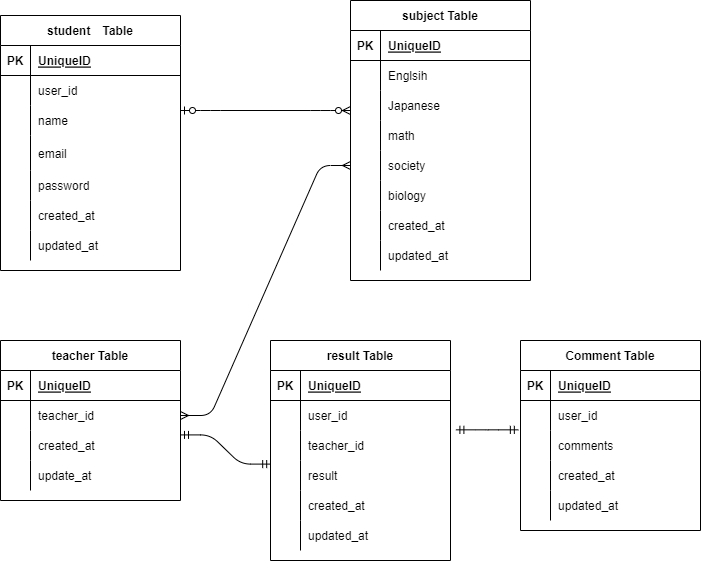
Above: test.drawio.png in maimai860/yada20220812 (draw.io), before the change. Source tidied: cells renumbered, new cells last; positions are measured from the earlier drawing's top-left corner, leaving out a move shared by most shapes.
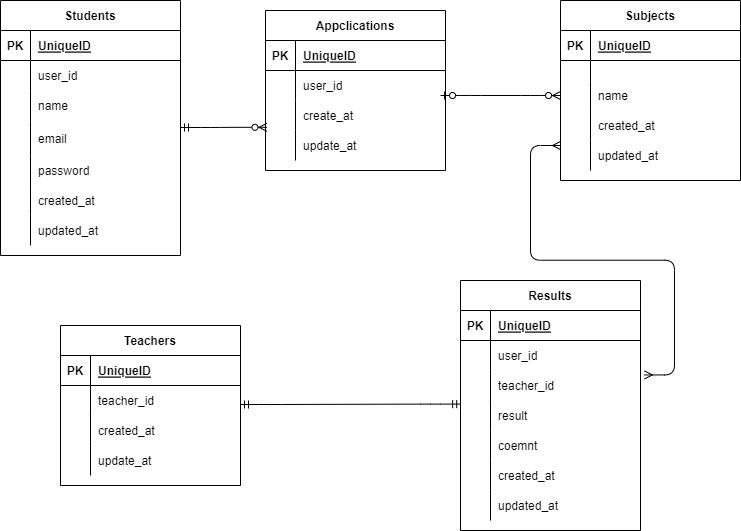
After the change.

What changed in the source:
```diff
@@ -2,8 +2,8 @@
   <root>
     <mxCell id="0" />
     <mxCell id="1" parent="0" />
-    <mxCell id="2" value="student　Table" style="shape=table;startSize=30;rowLines=0;fontStyle=1;align=center;" parent="1" vertex="1">
-      <mxGeometry y="15" width="180" height="255" as="geometry" />
+    <mxCell id="2" value="Students" style="shape=table;startSize=30;rowLines=0;fontStyle=1;align=center;" parent="1" vertex="1">
+      <mxGeometry x="-60" y="15" width="180" height="255" as="geometry" />
     </mxCell>
     <mxCell id="3" style="shape=partialRectangle;fillColor=none;top=0;left=0;bottom=1;right=0;" parent="2" vertex="1">
       <mxGeometry y="30" width="180" height="30" as="geometry" />
@@ -68,7 +68,7 @@
     <mxCell id="23" value="updated_at" style="shape=partialRectangle;fillColor=none;top=0;left=0;bottom=0;right=0;align=left;spacingLeft=6;overflow=hidden;" parent="21" vertex="1">
       <mxGeometry x="30" width="150" height="30" as="geometry" />
     </mxCell>
-    <mxCell id="24" value="teacher Table" style="shape=table;startSize=30;rowLines=0;fontStyle=1;align=center;" parent="1" vertex="1">
+    <mxCell id="24" value="Teachers" style="shape=table;startSize=30;rowLines=0;fontStyle=1;align=center;" parent="1" vertex="1">
       <mxGeometry y="340" width="180" height="160" as="geometry" />
     </mxCell>
     <mxCell id="25" style="shape=partialRectangle;fillColor=none;top=0;left=0;bottom=1;right=0;" parent="24" vertex="1">
@@ -107,8 +107,8 @@
     <mxCell id="36" value="update_at" style="shape=partialRectangle;fillColor=none;top=0;left=0;bottom=0;right=0;align=left;spacingLeft=6;overflow=hidden;" parent="34" vertex="1">
       <mxGeometry x="30" width="150" height="30" as="geometry" />
     </mxCell>
-    <mxCell id="37" value="subject Table" style="shape=table;startSize=30;rowLines=0;fontStyle=1;align=center;" parent="1" vertex="1">
-      <mxGeometry x="350" width="180" height="280" as="geometry" />
+    <mxCell id="37" value="Subjects" style="shape=table;startSize=30;rowLines=0;fontStyle=1;align=center;" parent="1" vertex="1">
+      <mxGeometry x="500" y="15" width="180" height="180" as="geometry" />
     </mxCell>
     <mxCell id="38" style="shape=partialRectangle;fillColor=none;top=0;left=0;bottom=1;right=0;" parent="37" vertex="1">
       <mxGeometry y="30" width="180" height="30" as="geometry" />
@@ -119,53 +119,26 @@
     <mxCell id="40" value="UniqueID" style="shape=partialRectangle;fillColor=none;top=0;left=0;bottom=0;right=0;align=left;spacingLeft=6;fontStyle=5;overflow=hidden;" parent="38" vertex="1">
       <mxGeometry x="30" width="150" height="30" as="geometry" />
     </mxCell>
-    <mxCell id="41" style="shape=partialRectangle;fillColor=none;top=0;left=0;bottom=0;right=0;" parent="37" vertex="1">
-      <mxGeometry y="60" width="180" height="30" as="geometry" />
-    </mxCell>
-    <mxCell id="42" style="shape=partialRectangle;fillColor=none;top=0;left=0;bottom=0;right=0;overflow=hidden;" parent="41" vertex="1">
-      <mxGeometry width="30" height="30" as="geometry" />
-    </mxCell>
-    <mxCell id="43" value="Englsih" style="shape=partialRectangle;fillColor=none;top=0;left=0;bottom=0;right=0;align=left;spacingLeft=6;overflow=hidden;" parent="41" vertex="1">
-      <mxGeometry x="30" width="150" height="30" as="geometry" />
-    </mxCell>
     <mxCell id="44" style="shape=partialRectangle;fillColor=none;top=0;left=0;bottom=0;right=0;points=[[0,0.5],[1,0.5]];portConstraint=eastwest;" parent="37" vertex="1">
-      <mxGeometry y="90" width="180" height="30" as="geometry" />
+      <mxGeometry y="60" width="180" height="20" as="geometry" />
     </mxCell>
     <mxCell id="45" style="shape=partialRectangle;fillColor=none;top=0;left=0;bottom=0;right=0;overflow=hidden;" parent="44" vertex="1">
-      <mxGeometry width="30" height="30" as="geometry" />
+      <mxGeometry width="30" height="20" as="geometry" />
     </mxCell>
-    <mxCell id="46" value="Japanese" style="shape=partialRectangle;fillColor=none;top=0;left=0;bottom=0;right=0;align=left;spacingLeft=6;overflow=hidden;" parent="44" vertex="1">
-      <mxGeometry x="30" width="150" height="30" as="geometry" />
+    <mxCell id="46" style="shape=partialRectangle;fillColor=none;top=0;left=0;bottom=0;right=0;align=left;spacingLeft=6;overflow=hidden;" parent="44" vertex="1">
+      <mxGeometry x="30" width="150" height="20" as="geometry" />
     </mxCell>
-    <mxCell id="47" style="shape=partialRectangle;fillColor=none;top=0;left=0;bottom=0;right=0;" parent="37" vertex="1">
-      <mxGeometry y="120" width="180" height="30" as="geometry" />
-    </mxCell>
-    <mxCell id="48" style="shape=partialRectangle;fillColor=none;top=0;left=0;bottom=0;right=0;overflow=hidden;" parent="47" vertex="1">
-      <mxGeometry width="30" height="30" as="geometry" />
-    </mxCell>
-    <mxCell id="49" value="math" style="shape=partialRectangle;fillColor=none;top=0;left=0;bottom=0;right=0;align=left;spacingLeft=6;overflow=hidden;" parent="47" vertex="1">
-      <mxGeometry x="30" width="150" height="30" as="geometry" />
-    </mxCell>
     <mxCell id="50" style="shape=partialRectangle;fillColor=none;top=0;left=0;bottom=0;right=0;points=[[0,0.5],[1,0.5]];portConstraint=eastwest;" parent="37" vertex="1">
-      <mxGeometry y="150" width="180" height="30" as="geometry" />
+      <mxGeometry y="80" width="180" height="30" as="geometry" />
     </mxCell>
     <mxCell id="51" style="shape=partialRectangle;fillColor=none;top=0;left=0;bottom=0;right=0;overflow=hidden;" parent="50" vertex="1">
       <mxGeometry width="30" height="30" as="geometry" />
     </mxCell>
-    <mxCell id="52" value="society" style="shape=partialRectangle;fillColor=none;top=0;left=0;bottom=0;right=0;align=left;spacingLeft=6;overflow=hidden;" parent="50" vertex="1">
+    <mxCell id="52" value="name" style="shape=partialRectangle;fillColor=none;top=0;left=0;bottom=0;right=0;align=left;spacingLeft=6;overflow=hidden;" parent="50" vertex="1">
       <mxGeometry x="30" width="150" height="30" as="geometry" />
     </mxCell>
-    <mxCell id="53" style="shape=partialRectangle;fillColor=none;top=0;left=0;bottom=0;right=0;" parent="37" vertex="1">
-      <mxGeometry y="180" width="180" height="30" as="geometry" />
-    </mxCell>
-    <mxCell id="54" style="shape=partialRectangle;fillColor=none;top=0;left=0;bottom=0;right=0;overflow=hidden;" parent="53" vertex="1">
-      <mxGeometry width="30" height="30" as="geometry" />
-    </mxCell>
-    <mxCell id="55" value="biology " style="shape=partialRectangle;fillColor=none;top=0;left=0;bottom=0;right=0;align=left;spacingLeft=6;overflow=hidden;" parent="53" vertex="1">
-      <mxGeometry x="30" width="150" height="30" as="geometry" />
-    </mxCell>
     <mxCell id="56" style="shape=partialRectangle;fillColor=none;top=0;left=0;bottom=0;right=0;" parent="37" vertex="1">
-      <mxGeometry y="210" width="180" height="30" as="geometry" />
+      <mxGeometry y="110" width="180" height="30" as="geometry" />
     </mxCell>
     <mxCell id="57" style="shape=partialRectangle;fillColor=none;top=0;left=0;bottom=0;right=0;overflow=hidden;" parent="56" vertex="1">
       <mxGeometry width="30" height="30" as="geometry" />
@@ -174,7 +147,7 @@
       <mxGeometry x="30" width="150" height="30" as="geometry" />
     </mxCell>
     <mxCell id="59" style="shape=partialRectangle;fillColor=none;top=0;left=0;bottom=0;right=0;" parent="37" vertex="1">
-      <mxGeometry y="240" width="180" height="30" as="geometry" />
+      <mxGeometry y="140" width="180" height="30" as="geometry" />
     </mxCell>
     <mxCell id="60" style="shape=partialRectangle;fillColor=none;top=0;left=0;bottom=0;right=0;overflow=hidden;" parent="59" vertex="1">
       <mxGeometry width="30" height="30" as="geometry" />
@@ -182,13 +155,13 @@
     <mxCell id="61" value="updated_at" style="shape=partialRectangle;fillColor=none;top=0;left=0;bottom=0;right=0;align=left;spacingLeft=6;overflow=hidden;" parent="59" vertex="1">
       <mxGeometry x="30" width="150" height="30" as="geometry" />
     </mxCell>
-    <mxCell id="62" style="edgeStyle=entityRelationEdgeStyle;fontSize=12;html=1;endArrow=ERzeroToMany;startArrow=ERzeroToOne;entryX=0;entryY=0.667;entryDx=0;entryDy=0;entryPerimeter=0;" parent="1" edge="1" target="44">
+    <mxCell id="62" style="edgeStyle=entityRelationEdgeStyle;fontSize=12;html=1;endArrow=ERzeroToMany;startArrow=ERzeroToOne;entryX=0;entryY=0.5;entryDx=0;entryDy=0;" parent="1" edge="1" target="50">
       <mxGeometry relative="1" as="geometry">
-        <mxPoint x="180" y="110" as="sourcePoint" />
+        <mxPoint x="380" y="110" as="sourcePoint" />
       </mxGeometry>
     </mxCell>
-    <mxCell id="63" value="result Table" style="shape=table;startSize=30;rowLines=0;fontStyle=1;align=center;" parent="1" vertex="1">
-      <mxGeometry x="270" y="340" width="180" height="220" as="geometry" />
+    <mxCell id="63" value="Results" style="shape=table;startSize=30;rowLines=0;fontStyle=1;align=center;" parent="1" vertex="1">
+      <mxGeometry x="400" y="295" width="180" height="250" as="geometry" />
     </mxCell>
     <mxCell id="64" style="shape=partialRectangle;fillColor=none;top=0;left=0;bottom=1;right=0;" parent="63" vertex="1">
       <mxGeometry y="30" width="180" height="30" as="geometry" />
@@ -226,8 +199,17 @@
     <mxCell id="75" value="result" style="shape=partialRectangle;fillColor=none;top=0;left=0;bottom=0;right=0;align=left;spacingLeft=6;overflow=hidden;" parent="73" vertex="1">
       <mxGeometry x="30" width="150" height="30" as="geometry" />
     </mxCell>
+    <mxCell id="95" style="shape=partialRectangle;fillColor=none;top=0;left=0;bottom=0;right=0;" parent="63" vertex="1">
+      <mxGeometry y="150" width="180" height="30" as="geometry" />
+    </mxCell>
+    <mxCell id="101" style="shape=partialRectangle;fillColor=none;top=0;left=0;bottom=0;right=0;overflow=hidden;" parent="95" vertex="1">
+      <mxGeometry width="30" height="30" as="geometry" />
+    </mxCell>
+    <mxCell id="102" value="coemnt" style="shape=partialRectangle;fillColor=none;top=0;left=0;bottom=0;right=0;align=left;spacingLeft=6;overflow=hidden;" parent="95" vertex="1">
+      <mxGeometry x="30" width="150" height="30" as="geometry" />
+    </mxCell>
     <mxCell id="76" style="shape=partialRectangle;fillColor=none;top=0;left=0;bottom=0;right=0;" parent="63" vertex="1">
-      <mxGeometry y="150" width="180" height="30" as="geometry" />
+      <mxGeometry y="180" width="180" height="30" as="geometry" />
     </mxCell>
     <mxCell id="77" style="shape=partialRectangle;fillColor=none;top=0;left=0;bottom=0;right=0;overflow=hidden;" parent="76" vertex="1">
       <mxGeometry width="30" height="30" as="geometry" />
@@ -236,7 +218,7 @@
       <mxGeometry x="30" width="150" height="30" as="geometry" />
     </mxCell>
     <mxCell id="79" style="shape=partialRectangle;fillColor=none;top=0;left=0;bottom=0;right=0;" parent="63" vertex="1">
-      <mxGeometry y="180" width="180" height="30" as="geometry" />
+      <mxGeometry y="210" width="180" height="30" as="geometry" />
     </mxCell>
     <mxCell id="80" style="shape=partialRectangle;fillColor=none;top=0;left=0;bottom=0;right=0;overflow=hidden;" parent="79" vertex="1">
       <mxGeometry width="30" height="30" as="geometry" />
@@ -244,10 +226,15 @@
     <mxCell id="81" value="updated_at" style="shape=partialRectangle;fillColor=none;top=0;left=0;bottom=0;right=0;align=left;spacingLeft=6;overflow=hidden;" parent="79" vertex="1">
       <mxGeometry x="30" width="150" height="30" as="geometry" />
     </mxCell>
-    <mxCell id="82" value="Comment Table" style="shape=table;startSize=30;rowLines=0;fontStyle=1;align=center;" parent="1" vertex="1">
-      <mxGeometry x="520" y="340" width="180" height="190" as="geometry" />
-    </mxCell>
+    <mxCell id="100" style="edgeStyle=entityRelationEdgeStyle;fontSize=12;html=1;endArrow=ERmandOne;startArrow=ERmandOne;entryX=0.001;entryY=0.12;entryDx=0;entryDy=0;entryPerimeter=0;" parent="1" edge="1" target="73">
+      <mxGeometry relative="1" as="geometry">
+        <mxPoint x="180" y="419" as="sourcePoint" />
+      </mxGeometry>
+    </mxCell>
+    <mxCell id="103" value="Appclications" style="shape=table;startSize=30;rowLines=0;fontStyle=1;align=center;" parent="1" vertex="1">
+      <mxGeometry x="205" y="25" width="180" height="160" as="geometry" />
+    </mxCell>
-    <mxCell id="83" style="shape=partialRectangle;fillColor=none;top=0;left=0;bottom=1;right=0;" parent="82" vertex="1">
+    <mxCell id="83" style="shape=partialRectangle;fillColor=none;top=0;left=0;bottom=1;right=0;" parent="103" vertex="1">
       <mxGeometry y="30" width="180" height="30" as="geometry" />
     </mxCell>
     <mxCell id="84" value="PK" style="shape=partialRectangle;fillColor=none;top=0;left=0;bottom=0;right=0;fontStyle=1;overflow=hidden;" parent="83" vertex="1">
@@ -256,52 +243,42 @@
     <mxCell id="85" value="UniqueID" style="shape=partialRectangle;fillColor=none;top=0;left=0;bottom=0;right=0;align=left;spacingLeft=6;fontStyle=5;overflow=hidden;" parent="83" vertex="1">
       <mxGeometry x="30" width="150" height="30" as="geometry" />
     </mxCell>
-    <mxCell id="86" style="shape=partialRectangle;fillColor=none;top=0;left=0;bottom=0;right=0;points=[[0,0.5],[1,0.5]];portConstraint=eastwest;" parent="82" vertex="1">
-      <mxGeometry y="60" width="180" height="30" as="geometry" />
-    </mxCell>
-    <mxCell id="87" style="shape=partialRectangle;fillColor=none;top=0;left=0;bottom=0;right=0;overflow=hidden;" parent="86" vertex="1">
-      <mxGeometry width="30" height="30" as="geometry" />
-    </mxCell>
+    <mxCell id="104" style="shape=partialRectangle;fillColor=none;top=0;left=0;bottom=0;right=0;" parent="103" vertex="1">
+      <mxGeometry y="60" width="180" height="30" as="geometry" />
+    </mxCell>
+    <mxCell id="105" style="shape=partialRectangle;fillColor=none;top=0;left=0;bottom=0;right=0;overflow=hidden;" parent="104" vertex="1">
+      <mxGeometry width="30" height="30" as="geometry" />
+    </mxCell>
-    <mxCell id="88" value="user_id" style="shape=partialRectangle;fillColor=none;top=0;left=0;bottom=0;right=0;align=left;spacingLeft=6;overflow=hidden;" parent="86" vertex="1">
+    <mxCell id="88" value="user_id" style="shape=partialRectangle;fillColor=none;top=0;left=0;bottom=0;right=0;align=left;spacingLeft=6;overflow=hidden;" parent="104" vertex="1">
       <mxGeometry x="30" width="150" height="30" as="geometry" />
     </mxCell>
-    <mxCell id="89" style="shape=partialRectangle;fillColor=none;top=0;left=0;bottom=0;right=0;points=[[0,0.5],[1,0.5]];portConstraint=eastwest;" parent="82" vertex="1">
+    <mxCell id="89" style="shape=partialRectangle;fillColor=none;top=0;left=0;bottom=0;right=0;points=[[0,0.5],[1,0.5]];portConstraint=eastwest;" parent="103" vertex="1">
       <mxGeometry y="90" width="180" height="30" as="geometry" />
     </mxCell>
-    <mxCell id="90" style="shape=partialRectangle;fillColor=none;top=0;left=0;bottom=0;right=0;overflow=hidden;" parent="89" vertex="1">
-      <mxGeometry width="30" height="30" as="geometry" />
-    </mxCell>
-    <mxCell id="91" value="comments" style="shape=partialRectangle;fillColor=none;top=0;left=0;bottom=0;right=0;align=left;spacingLeft=6;overflow=hidden;" parent="89" vertex="1">
-      <mxGeometry x="30" width="150" height="30" as="geometry" />
-    </mxCell>
-    <mxCell id="92" style="shape=partialRectangle;fillColor=none;top=0;left=0;bottom=0;right=0;" parent="82" vertex="1">
-      <mxGeometry y="120" width="180" height="30" as="geometry" />
-    </mxCell>
-    <mxCell id="93" style="shape=partialRectangle;fillColor=none;top=0;left=0;bottom=0;right=0;overflow=hidden;" parent="92" vertex="1">
-      <mxGeometry width="30" height="30" as="geometry" />
-    </mxCell>
-    <mxCell id="94" value="created_at" style="shape=partialRectangle;fillColor=none;top=0;left=0;bottom=0;right=0;align=left;spacingLeft=6;overflow=hidden;" parent="92" vertex="1">
-      <mxGeometry x="30" width="150" height="30" as="geometry" />
-    </mxCell>
-    <mxCell id="95" style="shape=partialRectangle;fillColor=none;top=0;left=0;bottom=0;right=0;" parent="82" vertex="1">
-      <mxGeometry y="150" width="180" height="30" as="geometry" />
-    </mxCell>
-    <mxCell id="96" style="shape=partialRectangle;fillColor=none;top=0;left=0;bottom=0;right=0;overflow=hidden;" parent="95" vertex="1">
-      <mxGeometry width="30" height="30" as="geometry" />
-    </mxCell>
-    <mxCell id="97" value="updated_at" style="shape=partialRectangle;fillColor=none;top=0;left=0;bottom=0;right=0;align=left;spacingLeft=6;overflow=hidden;" parent="95" vertex="1">
-      <mxGeometry x="30" width="150" height="30" as="geometry" />
-    </mxCell>
-    <mxCell id="98" style="edgeStyle=entityRelationEdgeStyle;fontSize=12;html=1;endArrow=ERmandOne;startArrow=ERmandOne;exitX=1.03;exitY=0.978;exitDx=0;exitDy=0;exitPerimeter=0;entryX=-0.012;entryY=0.978;entryDx=0;entryDy=0;entryPerimeter=0;" parent="1" edge="1" source="67" target="86">
-      <mxGeometry relative="1" as="geometry" />
-    </mxCell>
-    <mxCell id="99" style="edgeStyle=entityRelationEdgeStyle;fontSize=12;html=1;endArrow=ERmany;startArrow=ERmany;exitX=1;exitY=0.5;exitDx=0;exitDy=0;entryX=0;entryY=0.5;entryDx=0;entryDy=0;" parent="1" edge="1" source="28" target="50">
-      <mxGeometry relative="1" as="geometry" />
-    </mxCell>
-    <mxCell id="100" style="edgeStyle=entityRelationEdgeStyle;fontSize=12;html=1;endArrow=ERmandOne;startArrow=ERmandOne;exitX=1.03;exitY=0.978;exitDx=0;exitDy=0;exitPerimeter=0;entryX=0.001;entryY=0.12;entryDx=0;entryDy=0;entryPerimeter=0;" parent="1" edge="1" target="73">
-      <mxGeometry relative="1" as="geometry">
-        <mxPoint x="180" y="434.4" as="sourcePoint" />
-      </mxGeometry>
-    </mxCell>
+    <mxCell id="106" style="shape=partialRectangle;fillColor=none;top=0;left=0;bottom=0;right=0;overflow=hidden;" parent="89" vertex="1">
+      <mxGeometry width="30" height="30" as="geometry" />
+    </mxCell>
+    <mxCell id="107" value="create_at" style="shape=partialRectangle;fillColor=none;top=0;left=0;bottom=0;right=0;align=left;spacingLeft=6;overflow=hidden;" parent="89" vertex="1">
+      <mxGeometry x="30" width="150" height="30" as="geometry" />
+    </mxCell>
+    <mxCell id="108" style="shape=partialRectangle;fillColor=none;top=0;left=0;bottom=0;right=0;" parent="103" vertex="1">
+      <mxGeometry y="120" width="180" height="30" as="geometry" />
+    </mxCell>
+    <mxCell id="109" style="shape=partialRectangle;fillColor=none;top=0;left=0;bottom=0;right=0;overflow=hidden;" parent="108" vertex="1">
+      <mxGeometry width="30" height="30" as="geometry" />
+    </mxCell>
+    <mxCell id="110" value="update_at" style="shape=partialRectangle;fillColor=none;top=0;left=0;bottom=0;right=0;align=left;spacingLeft=6;overflow=hidden;" parent="108" vertex="1">
+      <mxGeometry x="30" width="150" height="30" as="geometry" />
+    </mxCell>
+    <mxCell id="111" style="edgeStyle=entityRelationEdgeStyle;fontSize=12;html=1;endArrow=ERzeroToMany;startArrow=ERmandOne;entryX=0.008;entryY=0.894;entryDx=0;entryDy=0;entryPerimeter=0;" parent="1" edge="1" target="89">
+      <mxGeometry relative="1" as="geometry">
+        <mxPoint x="120" y="142" as="sourcePoint" />
+      </mxGeometry>
+    </mxCell>
+    <mxCell id="112" style="edgeStyle=entityRelationEdgeStyle;fontSize=12;html=1;endArrow=ERmany;startArrow=ERmany;exitX=1.022;exitY=0.148;exitDx=0;exitDy=0;exitPerimeter=0;" parent="1" edge="1" source="70">
+      <mxGeometry relative="1" as="geometry">
+        <mxPoint x="500" y="160" as="targetPoint" />
+      </mxGeometry>
+    </mxCell>
   </root>
 </mxGraphModel>
```
